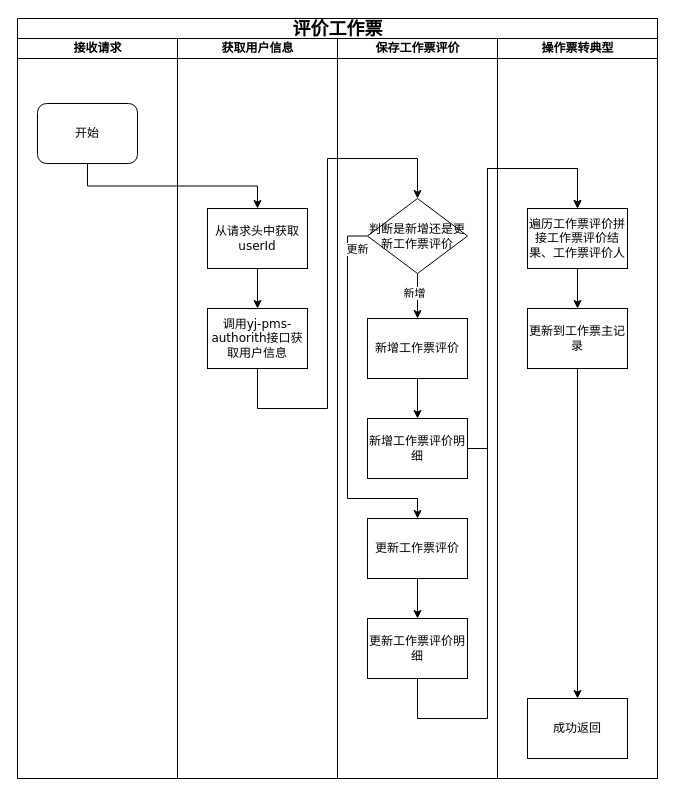
The draw.io diagram 评价工作票.drawio in wwwwbo/myDraw, before the edit. Source tidied: cells renumbered, new cells numbered last; positions are measured from the earlier drawing's top-left corner, leaving out a move shared by most shapes. Both pictures are drawn from the tidied source at 100%, with x=0, y=0 at pixel (17, 18).
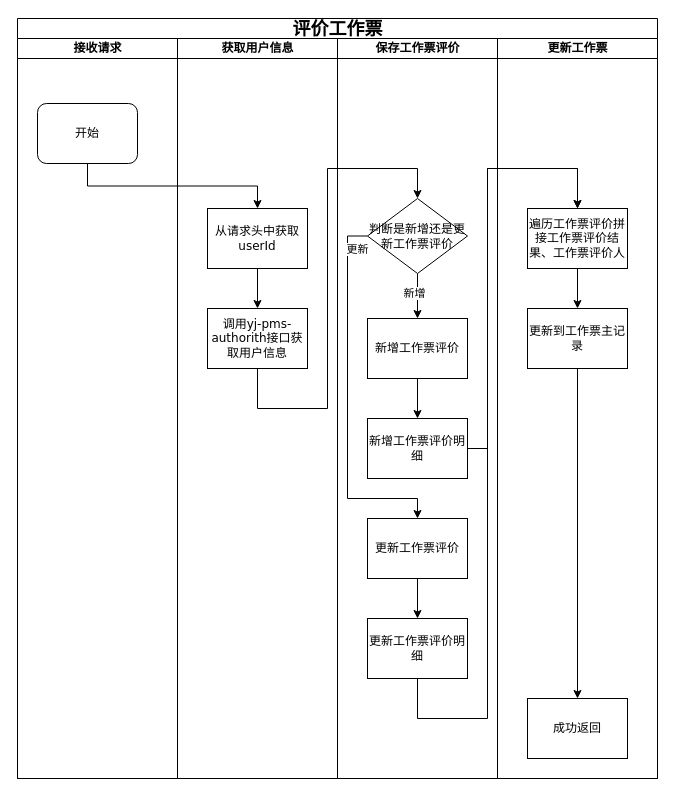
The same diagram, later.

Commit message (it also covers changes not shown here):
更新评价工作票.drawio

Unchanged cells that the change refers to:
```xml
<mxCell id="2" value="&lt;font style=&quot;font-size: 18px;&quot;&gt;评价工作票&lt;/font&gt;" style="swimlane;html=1;startSize=20;rounded=0;shadow=0;labelBackgroundColor=none;strokeWidth=1;fontFamily=Verdana;fontSize=8;align=center;" parent="1" vertex="1">
  <mxGeometry width="640" height="760" as="geometry" />
</mxCell>
<mxCell id="5" value="获取用户信息" style="swimlane;html=1;startSize=20;" parent="2" vertex="1">
  <mxGeometry x="160" y="20" width="160" height="740" as="geometry" />
</mxCell>
<mxCell id="23" value="&lt;span style=&quot;font-size: 12px;&quot;&gt;判断是新增还是更新工作票评价&lt;/span&gt;" style="rhombus;whiteSpace=wrap;html=1;rounded=0;shadow=0;labelBackgroundColor=none;strokeWidth=1;fontFamily=Verdana;fontSize=8;align=center;" parent="10" vertex="1">
  <mxGeometry x="30" y="160" width="100" height="75" as="geometry" />
</mxCell>
```

Diff of the diagram source:
```diff
@@
     <mxCell id="6" style="edgeStyle=orthogonalEdgeStyle;rounded=0;jettySize=auto;html=1;exitX=0.5;exitY=1;exitDx=0;exitDy=0;entryX=0.5;entryY=0;entryDx=0;entryDy=0;" parent="5" edge="1" target="23">
       <mxGeometry relative="1" as="geometry">
         <mxPoint x="80" y="325" as="sourcePoint" />
         <Array as="points">
           <mxPoint x="80" y="370" />
           <mxPoint x="150" y="370" />
-          <mxPoint x="150" y="120" />
-          <mxPoint x="240" y="120" />
+          <mxPoint x="150" y="130" />
+          <mxPoint x="240" y="130" />
         </Array>
       </mxGeometry>
     </mxCell>
@@
-    <mxCell id="25" value="操作票转典型" style="swimlane;html=1;startSize=20;" parent="2" vertex="1">
+    <mxCell id="25" value="更新工作票" style="swimlane;html=1;startSize=20;" parent="2" vertex="1">
       <mxGeometry x="480" y="20" width="160" height="740" as="geometry" />
     </mxCell>
```
